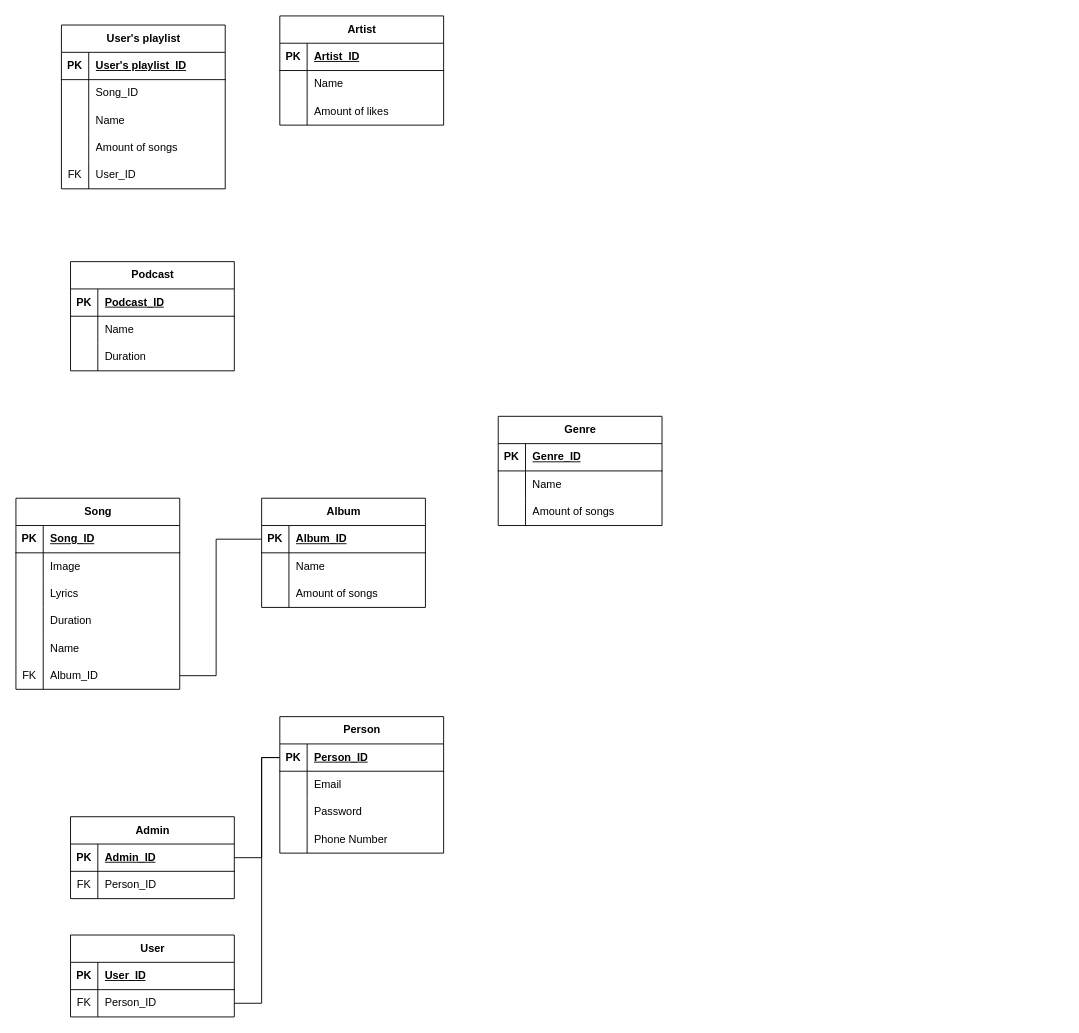
This is Диаграмма без названия.drawio from marsek4/database, a draw.io file, before an edit. Source tidied: cells renumbered, new cells numbered last; positions are measured from the earlier drawing's top-left corner, leaving out a move shared by most shapes. Both pictures are drawn from the tidied source at 91%, with x=0, y=0 at pixel (15, 15).
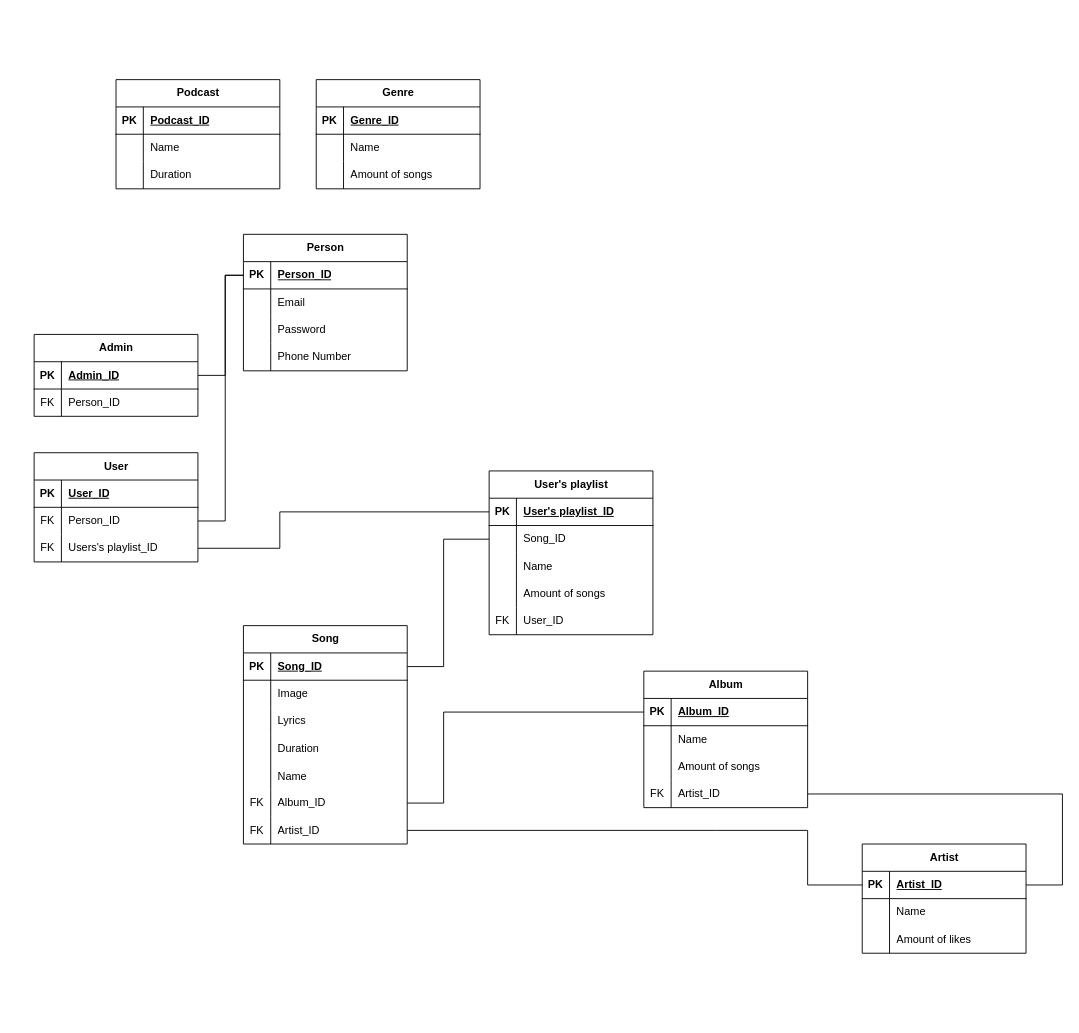
The same diagram, later.

The change refers to these unchanged cells:
```xml
<mxCell id="3" style="shape=tableRow;horizontal=0;startSize=0;swimlaneHead=0;swimlaneBody=0;fillColor=none;points=[[0,0.5],[1,0.5]];portConstraint=eastwest;top=0;left=0;right=0;bottom=1;" parent="2" vertex="1">
  <mxGeometry y="30" width="180" height="30" as="geometry" />
</mxCell>
<mxCell id="18" style="shape=tableRow;horizontal=0;startSize=0;swimlaneHead=0;swimlaneBody=0;fillColor=none;points=[[0,0.5],[1,0.5]];portConstraint=eastwest;top=0;left=0;right=0;bottom=0;" parent="2" vertex="1">
  <mxGeometry y="180" width="180" height="30" as="geometry" />
</mxCell>
<mxCell id="22" style="shape=tableRow;horizontal=0;startSize=0;swimlaneHead=0;swimlaneBody=0;fillColor=none;points=[[0,0.5],[1,0.5]];portConstraint=eastwest;top=0;left=0;right=0;bottom=1;" parent="21" vertex="1">
  <mxGeometry y="30" width="180" height="30" as="geometry" />
</mxCell>
<mxCell id="32" style="shape=tableRow;horizontal=0;startSize=0;swimlaneHead=0;swimlaneBody=0;fillColor=none;points=[[0,0.5],[1,0.5]];portConstraint=eastwest;top=0;left=0;right=0;bottom=1;" parent="31" vertex="1">
  <mxGeometry y="30" width="180" height="30" as="geometry" />
</mxCell>
<mxCell id="39" style="shape=tableRow;horizontal=0;startSize=0;swimlaneHead=0;swimlaneBody=0;fillColor=none;points=[[0,0.5],[1,0.5]];portConstraint=eastwest;top=0;left=0;right=0;bottom=1;" parent="38" vertex="1">
  <mxGeometry y="30" width="180" height="30" as="geometry" />
</mxCell>
<mxCell id="55" style="shape=tableRow;horizontal=0;startSize=0;swimlaneHead=0;swimlaneBody=0;fillColor=none;points=[[0,0.5],[1,0.5]];portConstraint=eastwest;top=0;left=0;right=0;bottom=0;" parent="51" vertex="1">
  <mxGeometry y="60" width="180" height="30" as="geometry" />
</mxCell>
<mxCell id="59" style="shape=tableRow;horizontal=0;startSize=0;swimlaneHead=0;swimlaneBody=0;fillColor=none;points=[[0,0.5],[1,0.5]];portConstraint=eastwest;top=0;left=0;right=0;bottom=1;" parent="58" vertex="1">
  <mxGeometry y="30" width="180" height="30" as="geometry" />
</mxCell>
<mxCell id="62" style="shape=tableRow;horizontal=0;startSize=0;swimlaneHead=0;swimlaneBody=0;fillColor=none;points=[[0,0.5],[1,0.5]];portConstraint=eastwest;top=0;left=0;right=0;bottom=0;" parent="58" vertex="1">
  <mxGeometry y="60" width="180" height="30" as="geometry" />
</mxCell>
<mxCell id="85" style="shape=tableRow;horizontal=0;startSize=0;swimlaneHead=0;swimlaneBody=0;fillColor=none;points=[[0,0.5],[1,0.5]];portConstraint=eastwest;top=0;left=0;right=0;bottom=1;" parent="84" vertex="1">
  <mxGeometry y="30" width="180" height="30" as="geometry" />
</mxCell>
```

What changed in the source:
```diff
@@
     <mxCell id="2" value="Song" style="shape=table;startSize=30;childLayout=tableLayout;rowLines=0;fontStyle=1;align=center;html=1;" parent="1" vertex="1">
-      <mxGeometry y="530" width="180" height="210" as="geometry" />
+      <mxGeometry x="250" y="670" width="180" height="240" as="geometry" />
     </mxCell>
@@
+    <mxCell id="107" style="shape=tableRow;horizontal=0;startSize=0;swimlaneHead=0;swimlaneBody=0;fillColor=none;points=[[0,0.5],[1,0.5]];portConstraint=eastwest;top=0;left=0;right=0;bottom=0;" parent="2" vertex="1">
+      <mxGeometry y="210" width="180" height="30" as="geometry" />
+    </mxCell>
+    <mxCell id="108" value="FK" style="shape=partialRectangle;fillColor=none;top=0;left=0;bottom=0;right=0;fontStyle=0;overflow=hidden;whiteSpace=wrap;html=1;" parent="107" vertex="1">
+      <mxGeometry width="30" height="30" as="geometry" />
+    </mxCell>
+    <mxCell id="109" value="Artist_ID" style="shape=partialRectangle;fillColor=none;top=0;left=0;bottom=0;right=0;align=left;spacingLeft=6;fontStyle=0;overflow=hidden;whiteSpace=wrap;html=1;" parent="107" vertex="1">
+      <mxGeometry x="30" width="150" height="30" as="geometry" />
+    </mxCell>
     <mxCell id="21" value="Artist" style="shape=table;startSize=30;childLayout=tableLayout;rowLines=0;fontStyle=1;align=center;html=1;" parent="1" vertex="1">
-      <mxGeometry x="290" width="180" height="120" as="geometry" />
+      <mxGeometry x="930" y="910" width="180" height="120" as="geometry" />
     </mxCell>
@@
     <mxCell id="31" value="Admin" style="shape=table;startSize=30;childLayout=tableLayout;rowLines=0;fontStyle=1;align=center;html=1;" parent="1" vertex="1">
-      <mxGeometry x="60" y="880" width="180" height="90" as="geometry" />
+      <mxGeometry x="20" y="350" width="180" height="90" as="geometry" />
     </mxCell>
@@
     <mxCell id="38" value="Person" style="shape=table;startSize=30;childLayout=tableLayout;rowLines=0;fontStyle=1;align=center;html=1;" parent="1" vertex="1">
-      <mxGeometry x="290" y="770" width="180" height="150" as="geometry" />
+      <mxGeometry x="250" y="240" width="180" height="150" as="geometry" />
     </mxCell>
@@
     <mxCell id="51" value="User" style="shape=table;startSize=30;childLayout=tableLayout;rowLines=0;fontStyle=1;align=center;html=1;" parent="1" vertex="1">
-      <mxGeometry x="60" y="1010" width="180" height="90" as="geometry" />
+      <mxGeometry x="20" y="480" width="180" height="120" as="geometry" />
     </mxCell>
@@
+    <mxCell id="110" style="shape=tableRow;horizontal=0;startSize=0;swimlaneHead=0;swimlaneBody=0;fillColor=none;points=[[0,0.5],[1,0.5]];portConstraint=eastwest;top=0;left=0;right=0;bottom=0;" parent="51" vertex="1">
+      <mxGeometry y="90" width="180" height="30" as="geometry" />
+    </mxCell>
+    <mxCell id="111" value="FK" style="shape=partialRectangle;fillColor=none;top=0;left=0;bottom=0;right=0;fontStyle=0;overflow=hidden;whiteSpace=wrap;html=1;" parent="110" vertex="1">
+      <mxGeometry width="30" height="30" as="geometry" />
+    </mxCell>
+    <mxCell id="112" value="Users's playlist_ID" style="shape=partialRectangle;fillColor=none;top=0;left=0;bottom=0;right=0;align=left;spacingLeft=6;fontStyle=0;overflow=hidden;whiteSpace=wrap;html=1;" parent="110" vertex="1">
+      <mxGeometry x="30" width="150" height="30" as="geometry" />
+    </mxCell>
     <mxCell id="58" value="User's playlist" style="shape=table;startSize=30;childLayout=tableLayout;rowLines=0;fontStyle=1;align=center;html=1;" parent="1" vertex="1">
-      <mxGeometry x="50" y="10" width="180" height="180" as="geometry" />
+      <mxGeometry x="520" y="500" width="180" height="180" as="geometry" />
     </mxCell>
@@
     <mxCell id="74" value="Genre" style="shape=table;startSize=30;childLayout=tableLayout;rowLines=0;fontStyle=1;align=center;html=1;" parent="1" vertex="1">
-      <mxGeometry x="530" y="440" width="180" height="120" as="geometry" />
+      <mxGeometry x="330" y="70" width="180" height="120" as="geometry" />
     </mxCell>
@@
     <mxCell id="84" value="Album" style="shape=table;startSize=30;childLayout=tableLayout;rowLines=0;fontStyle=1;align=center;html=1;" parent="1" vertex="1">
-      <mxGeometry x="270" y="530" width="180" height="120" as="geometry" />
+      <mxGeometry x="690" y="720" width="180" height="150" as="geometry" />
     </mxCell>
@@
+    <mxCell id="113" style="shape=tableRow;horizontal=0;startSize=0;swimlaneHead=0;swimlaneBody=0;fillColor=none;points=[[0,0.5],[1,0.5]];portConstraint=eastwest;top=0;left=0;right=0;bottom=0;" parent="84" vertex="1">
+      <mxGeometry y="120" width="180" height="30" as="geometry" />
+    </mxCell>
+    <mxCell id="114" value="FK" style="shape=partialRectangle;fillColor=none;top=0;left=0;bottom=0;right=0;fontStyle=0;overflow=hidden;whiteSpace=wrap;html=1;" parent="113" vertex="1">
+      <mxGeometry width="30" height="30" as="geometry" />
+    </mxCell>
+    <mxCell id="115" value="Artist_ID" style="shape=partialRectangle;fillColor=none;top=0;left=0;bottom=0;right=0;align=left;spacingLeft=6;fontStyle=0;overflow=hidden;whiteSpace=wrap;html=1;" parent="113" vertex="1">
+      <mxGeometry x="30" width="150" height="30" as="geometry" />
+    </mxCell>
     <mxCell id="94" value="Podcast" style="shape=table;startSize=30;childLayout=tableLayout;rowLines=0;fontStyle=1;align=center;html=1;" parent="1" vertex="1">
-      <mxGeometry x="60" y="270" width="180" height="120" as="geometry" />
+      <mxGeometry x="110" y="70" width="180" height="120" as="geometry" />
     </mxCell>
@@
     <mxCell id="104" style="endArrow=none;html=1;rounded=0;exitX=1;exitY=0.5;exitDx=0;exitDy=0;entryX=0;entryY=0.5;entryDx=0;entryDy=0;" parent="1" edge="1" source="18" target="85">
       <mxGeometry relative="1" as="geometry">
         <Array as="points">
-          <mxPoint x="220" y="725" />
-          <mxPoint x="220" y="575" />
+          <mxPoint x="470" y="865" />
+          <mxPoint x="470" y="765" />
         </Array>
       </mxGeometry>
     </mxCell>
     <mxCell id="105" style="endArrow=none;html=1;rounded=0;exitX=1;exitY=0.5;exitDx=0;exitDy=0;entryX=0;entryY=0.5;entryDx=0;entryDy=0;" parent="1" edge="1" source="55" target="39">
       <mxGeometry relative="1" as="geometry">
         <Array as="points">
-          <mxPoint x="270" y="1085" />
-          <mxPoint x="270" y="815" />
+          <mxPoint x="230" y="555" />
+          <mxPoint x="230" y="285" />
         </Array>
       </mxGeometry>
     </mxCell>
     <mxCell id="106" style="endArrow=none;html=1;rounded=0;exitX=1;exitY=0.5;exitDx=0;exitDy=0;entryX=0;entryY=0.5;entryDx=0;entryDy=0;" parent="1" edge="1" source="32" target="39">
       <mxGeometry relative="1" as="geometry">
         <Array as="points">
-          <mxPoint x="270" y="925" />
-          <mxPoint x="270" y="815" />
+          <mxPoint x="230" y="395" />
+          <mxPoint x="230" y="285" />
         </Array>
       </mxGeometry>
     </mxCell>
+    <mxCell id="116" style="endArrow=none;html=1;rounded=0;exitX=1;exitY=0.5;exitDx=0;exitDy=0;entryX=0;entryY=0.5;entryDx=0;entryDy=0;" parent="1" edge="1" source="3" target="62">
+      <mxGeometry relative="1" as="geometry">
+        <Array as="points">
+          <mxPoint x="470" y="715" />
+          <mxPoint x="470" y="575" />
+        </Array>
+      </mxGeometry>
+    </mxCell>
+    <mxCell id="117" style="endArrow=none;html=1;rounded=0;exitX=1;exitY=0.5;exitDx=0;exitDy=0;entryX=0;entryY=0.5;entryDx=0;entryDy=0;" parent="1" edge="1" source="107" target="22">
+      <mxGeometry relative="1" as="geometry">
+        <Array as="points">
+          <mxPoint x="770" y="895" />
+          <mxPoint x="870" y="895" />
+          <mxPoint x="870" y="955" />
+        </Array>
+      </mxGeometry>
+    </mxCell>
+    <mxCell id="118" style="endArrow=none;html=1;rounded=0;exitX=1;exitY=0.5;exitDx=0;exitDy=0;entryX=0;entryY=0.5;entryDx=0;entryDy=0;" parent="1" edge="1" source="110" target="59">
+      <mxGeometry relative="1" as="geometry">
+        <Array as="points">
+          <mxPoint x="290" y="585" />
+          <mxPoint x="290" y="545" />
+        </Array>
+      </mxGeometry>
+    </mxCell>
+    <mxCell id="119" style="endArrow=none;html=1;rounded=0;exitX=1;exitY=0.5;exitDx=0;exitDy=0;entryX=1;entryY=0.5;entryDx=0;entryDy=0;" parent="1" edge="1" source="113" target="22">
+      <mxGeometry relative="1" as="geometry">
+        <Array as="points">
+          <mxPoint x="1150" y="855" />
+          <mxPoint x="1150" y="955" />
+        </Array>
+      </mxGeometry>
+    </mxCell>
```
